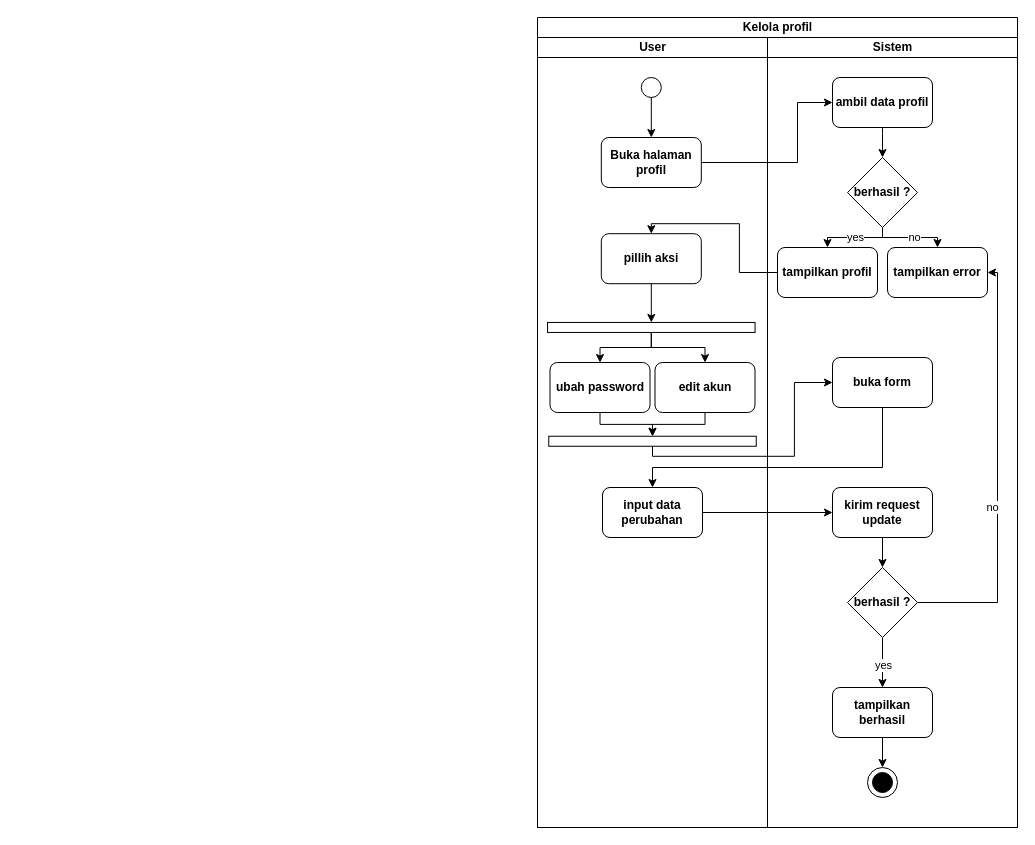
Above: page "kelola profil" (6 of 19) of assets/uml/activity-diagram.drawio in RIOKOWI/warmindo_purnama_flutter (draw.io), before the change. Source tidied: cells renumbered, new cells numbered last; positions are measured from the earlier drawing's top-left corner, leaving out a move shared by most shapes. Both pictures are drawn from the tidied source at 100%, with x=0, y=0 at pixel (17, 17).
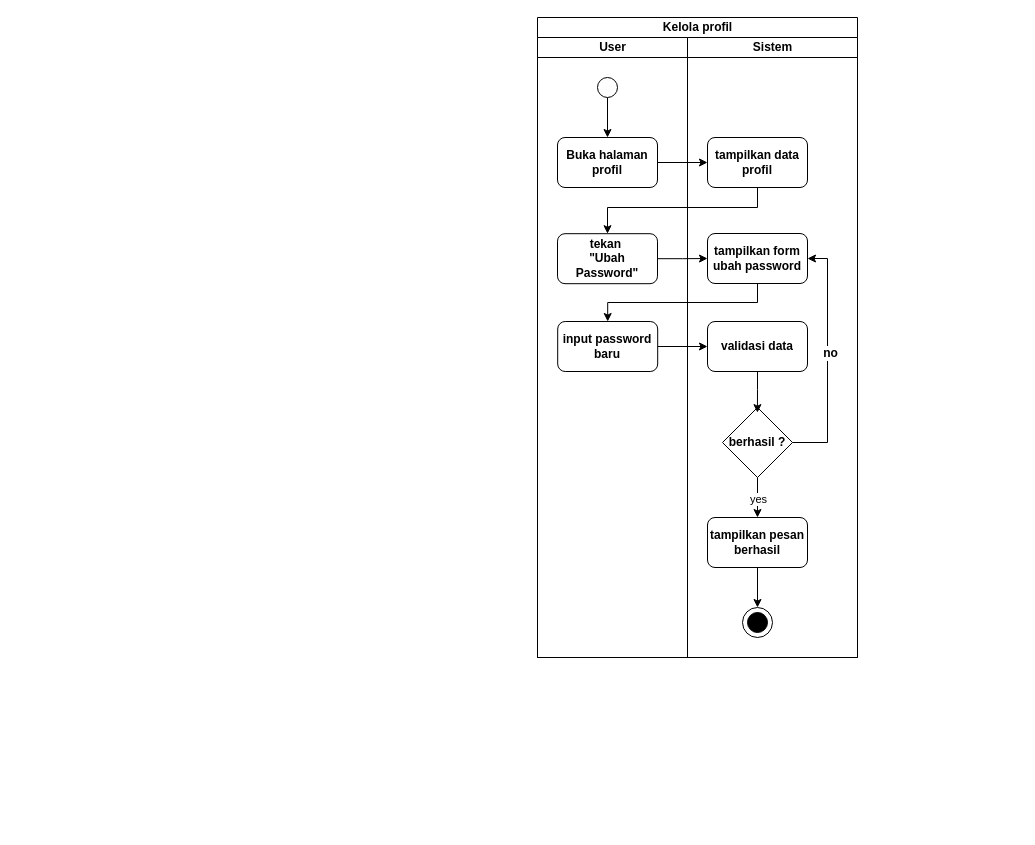
The same page after the edit.

What changed in the source:
```diff
@@
     <mxCell id="3" value="Kelola profil" style="swimlane;startSize=20;html=1;" parent="1" vertex="1">
-      <mxGeometry x="520" width="480" height="810" as="geometry" />
+      <mxGeometry x="520" width="320" height="640" as="geometry" />
     </mxCell>
     <mxCell id="4" value="User" style="swimlane;startSize=20;html=1;" parent="3" vertex="1">
-      <mxGeometry y="20" width="230" height="790" as="geometry" />
+      <mxGeometry y="20" width="150" height="620" as="geometry" />
     </mxCell>
-    <mxCell id="5" style="edgeStyle=orthogonalEdgeStyle;shape=connector;rounded=0;html=1;entryX=0.5;entryY=0;entryDx=0;entryDy=0;strokeColor=default;align=center;verticalAlign=middle;fontFamily=Helvetica;fontSize=11;fontColor=default;labelBackgroundColor=default;endArrow=classic;curved=0;" parent="4" edge="1" source="6" target="7">
+    <mxCell id="5" style="edgeStyle=orthogonalEdgeStyle;shape=connector;curved=0;rounded=0;html=1;strokeColor=default;align=center;verticalAlign=middle;fontFamily=Helvetica;fontSize=12;fontColor=default;fontStyle=1;labelBackgroundColor=default;endArrow=classic;" parent="4" edge="1" source="6" target="7">
       <mxGeometry relative="1" as="geometry" />
     </mxCell>
     <mxCell id="6" style="ellipse;whiteSpace=wrap;html=1;strokeColor=default;align=center;verticalAlign=middle;fontFamily=Helvetica;fontSize=12;fontColor=default;fontStyle=1;fillColor=default;" parent="4" vertex="1">
-      <mxGeometry x="103.8" y="40" width="20" height="20" as="geometry" />
+      <mxGeometry x="60" y="40" width="20" height="20" as="geometry" />
     </mxCell>
     <mxCell id="7" value="Buka halaman profil" style="rounded=1;whiteSpace=wrap;html=1;strokeColor=default;align=center;verticalAlign=middle;fontFamily=Helvetica;fontSize=12;fontColor=default;fontStyle=1;fillColor=default;" parent="4" vertex="1">
-      <mxGeometry x="63.8" y="100" width="100" height="50" as="geometry" />
+      <mxGeometry x="20" y="100" width="100" height="50" as="geometry" />
     </mxCell>
-    <mxCell id="8" style="edgeStyle=orthogonalEdgeStyle;shape=connector;rounded=0;html=1;entryX=0;entryY=0.5;entryDx=0;entryDy=0;strokeColor=default;align=center;verticalAlign=middle;fontFamily=Helvetica;fontSize=11;fontColor=default;labelBackgroundColor=default;endArrow=classic;curved=0;" parent="4" edge="1" source="9" target="12">
-      <mxGeometry relative="1" as="geometry" />
-    </mxCell>
-    <mxCell id="9" value="pillih aksi" style="rounded=1;whiteSpace=wrap;html=1;strokeColor=default;align=center;verticalAlign=middle;fontFamily=Helvetica;fontSize=12;fontColor=default;fontStyle=1;fillColor=default;" parent="4" vertex="1">
-      <mxGeometry x="63.8" y="196.2" width="100" height="50" as="geometry" />
+    <mxCell id="9" value="tekan&amp;nbsp;&lt;div&gt;&quot;Ubah Password&quot;&lt;/div&gt;" style="rounded=1;whiteSpace=wrap;html=1;strokeColor=default;align=center;verticalAlign=middle;fontFamily=Helvetica;fontSize=12;fontColor=default;fontStyle=1;fillColor=default;" parent="4" vertex="1">
+      <mxGeometry x="20" y="196.2" width="100" height="50" as="geometry" />
     </mxCell>
-    <mxCell id="10" style="edgeStyle=orthogonalEdgeStyle;shape=connector;rounded=0;html=1;entryX=0.5;entryY=0;entryDx=0;entryDy=0;strokeColor=default;align=center;verticalAlign=middle;fontFamily=Helvetica;fontSize=11;fontColor=default;labelBackgroundColor=default;endArrow=classic;curved=0;" parent="4" edge="1" source="12" target="14">
-      <mxGeometry relative="1" as="geometry" />
-    </mxCell>
-    <mxCell id="11" style="edgeStyle=orthogonalEdgeStyle;shape=connector;rounded=0;html=1;entryX=0.5;entryY=0;entryDx=0;entryDy=0;strokeColor=default;align=center;verticalAlign=middle;fontFamily=Helvetica;fontSize=11;fontColor=default;labelBackgroundColor=default;endArrow=classic;curved=0;" parent="4" edge="1" source="12" target="16">
-      <mxGeometry relative="1" as="geometry" />
-    </mxCell>
-    <mxCell id="12" style="rounded=0;whiteSpace=wrap;html=1;rotation=90;" parent="4" vertex="1">
-      <mxGeometry x="108.8" y="186.2" width="10" height="207.5" as="geometry" />
-    </mxCell>
-    <mxCell id="13" style="edgeStyle=orthogonalEdgeStyle;shape=connector;rounded=0;html=1;entryX=0;entryY=0.5;entryDx=0;entryDy=0;strokeColor=default;align=center;verticalAlign=middle;fontFamily=Helvetica;fontSize=11;fontColor=default;labelBackgroundColor=default;endArrow=classic;curved=0;" parent="4" edge="1" source="14" target="17">
-      <mxGeometry relative="1" as="geometry" />
-    </mxCell>
-    <mxCell id="14" value="edit akun" style="rounded=1;whiteSpace=wrap;html=1;strokeColor=default;align=center;verticalAlign=middle;fontFamily=Helvetica;fontSize=12;fontColor=default;fontStyle=1;fillColor=default;" parent="4" vertex="1">
-      <mxGeometry x="117.5" y="325" width="100" height="50" as="geometry" />
-    </mxCell>
-    <mxCell id="15" style="edgeStyle=orthogonalEdgeStyle;shape=connector;rounded=0;html=1;entryX=0;entryY=0.5;entryDx=0;entryDy=0;strokeColor=default;align=center;verticalAlign=middle;fontFamily=Helvetica;fontSize=11;fontColor=default;labelBackgroundColor=default;endArrow=classic;curved=0;" parent="4" edge="1" source="16" target="17">
-      <mxGeometry relative="1" as="geometry" />
-    </mxCell>
-    <mxCell id="16" value="ubah password" style="rounded=1;whiteSpace=wrap;html=1;strokeColor=default;align=center;verticalAlign=middle;fontFamily=Helvetica;fontSize=12;fontColor=default;fontStyle=1;fillColor=default;" parent="4" vertex="1">
-      <mxGeometry x="12.5" y="325" width="100" height="50" as="geometry" />
-    </mxCell>
-    <mxCell id="17" style="rounded=0;whiteSpace=wrap;html=1;rotation=90;" parent="4" vertex="1">
-      <mxGeometry x="110" y="300" width="10" height="207.5" as="geometry" />
-    </mxCell>
-    <mxCell id="18" value="input data perubahan" style="rounded=1;whiteSpace=wrap;html=1;strokeColor=default;align=center;verticalAlign=middle;fontFamily=Helvetica;fontSize=12;fontColor=default;fontStyle=1;fillColor=default;" parent="4" vertex="1">
-      <mxGeometry x="65" y="450" width="100" height="50" as="geometry" />
-    </mxCell>
+    <mxCell id="47" value="input password baru" style="rounded=1;whiteSpace=wrap;html=1;strokeColor=default;align=center;verticalAlign=middle;fontFamily=Helvetica;fontSize=12;fontColor=default;fontStyle=1;fillColor=default;" parent="4" vertex="1">
+      <mxGeometry x="20.2" y="284" width="100" height="50" as="geometry" />
+    </mxCell>
     <mxCell id="19" value="Sistem" style="swimlane;startSize=20;html=1;" parent="3" vertex="1">
-      <mxGeometry x="230" y="20" width="250" height="790" as="geometry" />
+      <mxGeometry x="150" y="20" width="170" height="620" as="geometry" />
     </mxCell>
-    <mxCell id="20" style="edgeStyle=orthogonalEdgeStyle;shape=connector;rounded=0;html=1;entryX=0.5;entryY=0;entryDx=0;entryDy=0;strokeColor=default;align=center;verticalAlign=middle;fontFamily=Helvetica;fontSize=11;fontColor=default;labelBackgroundColor=default;endArrow=classic;curved=0;" parent="19" edge="1" source="24" target="27">
-      <mxGeometry relative="1" as="geometry" />
+    <mxCell id="20" style="edgeStyle=orthogonalEdgeStyle;shape=connector;curved=0;rounded=0;html=1;entryX=1;entryY=0.5;entryDx=0;entryDy=0;strokeColor=default;align=center;verticalAlign=middle;fontFamily=Helvetica;fontSize=12;fontColor=default;fontStyle=1;labelBackgroundColor=default;endArrow=classic;" parent="19" edge="1" source="24" target="27">
+      <mxGeometry relative="1" as="geometry">
+        <Array as="points">
+          <mxPoint x="140" y="405" />
+          <mxPoint x="140" y="221" />
+        </Array>
+      </mxGeometry>
     </mxCell>
-    <mxCell id="21" value="yes" style="edgeLabel;html=1;align=center;verticalAlign=middle;fontFamily=Helvetica;fontSize=11;fontColor=default;labelBackgroundColor=default;" parent="20" vertex="1">
-      <mxGeometry y="-1" relative="1" as="geometry" />
-    </mxCell>
-    <mxCell id="22" style="edgeStyle=orthogonalEdgeStyle;shape=connector;rounded=0;html=1;entryX=0.5;entryY=0;entryDx=0;entryDy=0;strokeColor=default;align=center;verticalAlign=middle;fontFamily=Helvetica;fontSize=11;fontColor=default;labelBackgroundColor=default;endArrow=classic;curved=0;" parent="19" edge="1" source="24" target="28">
-      <mxGeometry relative="1" as="geometry" />
-    </mxCell>
-    <mxCell id="23" value="no" style="edgeLabel;html=1;align=center;verticalAlign=middle;fontFamily=Helvetica;fontSize=11;fontColor=default;labelBackgroundColor=default;" parent="22" vertex="1">
-      <mxGeometry x="0.09" y="1" relative="1" as="geometry" />
-    </mxCell>
+    <mxCell id="48" value="no" style="edgeLabel;html=1;align=center;verticalAlign=middle;fontFamily=Helvetica;fontSize=12;fontColor=default;fontStyle=1;labelBackgroundColor=default;" parent="20" vertex="1">
+      <mxGeometry x="0.05" y="-2" relative="1" as="geometry" />
+    </mxCell>
     <mxCell id="24" value="berhasil ?" style="rhombus;whiteSpace=wrap;html=1;strokeColor=default;align=center;verticalAlign=middle;fontFamily=Helvetica;fontSize=12;fontColor=default;fontStyle=1;fillColor=default;" parent="19" vertex="1">
-      <mxGeometry x="80" y="120" width="70" height="70" as="geometry" />
+      <mxGeometry x="35" y="370" width="70" height="70" as="geometry" />
     </mxCell>
-    <mxCell id="25" style="edgeStyle=orthogonalEdgeStyle;shape=connector;curved=1;rounded=1;html=1;entryX=0.5;entryY=0;entryDx=0;entryDy=0;strokeColor=default;align=center;verticalAlign=middle;fontFamily=Helvetica;fontSize=11;fontColor=default;labelBackgroundColor=default;endArrow=classic;" parent="19" edge="1" source="26" target="24">
-      <mxGeometry relative="1" as="geometry" />
-    </mxCell>
-    <mxCell id="26" value="ambil data profil" style="rounded=1;whiteSpace=wrap;html=1;strokeColor=default;align=center;verticalAlign=middle;fontFamily=Helvetica;fontSize=12;fontColor=default;fontStyle=1;fillColor=default;" parent="19" vertex="1">
-      <mxGeometry x="65" y="40" width="100" height="50" as="geometry" />
+    <mxCell id="26" value="tampilkan data profil" style="rounded=1;whiteSpace=wrap;html=1;strokeColor=default;align=center;verticalAlign=middle;fontFamily=Helvetica;fontSize=12;fontColor=default;fontStyle=1;fillColor=default;" parent="19" vertex="1">
+      <mxGeometry x="20" y="100" width="100" height="50" as="geometry" />
     </mxCell>
-    <mxCell id="27" value="tampilkan profil" style="rounded=1;whiteSpace=wrap;html=1;strokeColor=default;align=center;verticalAlign=middle;fontFamily=Helvetica;fontSize=12;fontColor=default;fontStyle=1;fillColor=default;" parent="19" vertex="1">
-      <mxGeometry x="10" y="210" width="100" height="50" as="geometry" />
+    <mxCell id="27" value="tampilkan form ubah password" style="rounded=1;whiteSpace=wrap;html=1;strokeColor=default;align=center;verticalAlign=middle;fontFamily=Helvetica;fontSize=12;fontColor=default;fontStyle=1;fillColor=default;" parent="19" vertex="1">
+      <mxGeometry x="20" y="196" width="100" height="50" as="geometry" />
     </mxCell>
-    <mxCell id="28" value="tampilkan error" style="rounded=1;whiteSpace=wrap;html=1;strokeColor=default;align=center;verticalAlign=middle;fontFamily=Helvetica;fontSize=12;fontColor=default;fontStyle=1;fillColor=default;" parent="19" vertex="1">
-      <mxGeometry x="120" y="210" width="100" height="50" as="geometry" />
-    </mxCell>
-    <mxCell id="29" value="buka form" style="rounded=1;whiteSpace=wrap;html=1;strokeColor=default;align=center;verticalAlign=middle;fontFamily=Helvetica;fontSize=12;fontColor=default;fontStyle=1;fillColor=default;" parent="19" vertex="1">
-      <mxGeometry x="65" y="320" width="100" height="50" as="geometry" />
-    </mxCell>
-    <mxCell id="30" style="edgeStyle=orthogonalEdgeStyle;shape=connector;rounded=0;html=1;entryX=0.5;entryY=0;entryDx=0;entryDy=0;strokeColor=default;align=center;verticalAlign=middle;fontFamily=Helvetica;fontSize=11;fontColor=default;labelBackgroundColor=default;endArrow=classic;curved=0;" parent="19" edge="1" source="31" target="36">
+    <mxCell id="30" style="edgeStyle=orthogonalEdgeStyle;shape=connector;rounded=0;html=1;entryX=0.5;entryY=0;entryDx=0;entryDy=0;strokeColor=default;align=center;verticalAlign=middle;fontFamily=Helvetica;fontSize=11;fontColor=default;labelBackgroundColor=default;endArrow=classic;curved=0;" parent="19" edge="1">
       <mxGeometry relative="1" as="geometry">
+        <mxPoint x="115" y="530" as="sourcePoint" />
+        <mxPoint x="115" y="530" as="targetPoint" />
         <Array as="points">
           <mxPoint x="115" y="530" />
         </Array>
       </mxGeometry>
     </mxCell>
-    <mxCell id="31" value="kirim request update" style="rounded=1;whiteSpace=wrap;html=1;strokeColor=default;align=center;verticalAlign=middle;fontFamily=Helvetica;fontSize=12;fontColor=default;fontStyle=1;fillColor=default;" parent="19" vertex="1">
-      <mxGeometry x="65" y="450" width="100" height="50" as="geometry" />
-    </mxCell>
-    <mxCell id="32" style="edgeStyle=orthogonalEdgeStyle;shape=connector;rounded=0;html=1;entryX=1;entryY=0.5;entryDx=0;entryDy=0;strokeColor=default;align=center;verticalAlign=middle;fontFamily=Helvetica;fontSize=11;fontColor=default;labelBackgroundColor=default;endArrow=classic;curved=0;" parent="19" edge="1" source="36" target="28">
-      <mxGeometry relative="1" as="geometry">
-        <Array as="points">
-          <mxPoint x="230" y="565" />
-          <mxPoint x="230" y="235" />
-        </Array>
-      </mxGeometry>
-    </mxCell>
-    <mxCell id="33" value="no" style="edgeLabel;html=1;align=center;verticalAlign=middle;fontFamily=Helvetica;fontSize=11;fontColor=default;labelBackgroundColor=default;" parent="32" vertex="1">
-      <mxGeometry x="-0.16" y="6" relative="1" as="geometry" />
-    </mxCell>
-    <mxCell id="34" style="edgeStyle=orthogonalEdgeStyle;shape=connector;rounded=0;html=1;entryX=0.5;entryY=0;entryDx=0;entryDy=0;strokeColor=default;align=center;verticalAlign=middle;fontFamily=Helvetica;fontSize=11;fontColor=default;labelBackgroundColor=default;endArrow=classic;curved=0;" parent="19" edge="1" source="36" target="38">
+    <mxCell id="34" style="edgeStyle=orthogonalEdgeStyle;shape=connector;rounded=0;html=1;entryX=0.5;entryY=0;entryDx=0;entryDy=0;strokeColor=default;align=center;verticalAlign=middle;fontFamily=Helvetica;fontSize=11;fontColor=default;labelBackgroundColor=default;endArrow=classic;curved=0;exitX=0.5;exitY=1;exitDx=0;exitDy=0;" parent="19" edge="1" source="24" target="38">
       <mxGeometry relative="1" as="geometry" />
     </mxCell>
@@
-    <mxCell id="36" value="berhasil ?" style="rhombus;whiteSpace=wrap;html=1;strokeColor=default;align=center;verticalAlign=middle;fontFamily=Helvetica;fontSize=12;fontColor=default;fontStyle=1;fillColor=default;" parent="19" vertex="1">
-      <mxGeometry x="80" y="530" width="70" height="70" as="geometry" />
-    </mxCell>
@@
-    <mxCell id="38" value="tampilkan berhasil" style="rounded=1;whiteSpace=wrap;html=1;strokeColor=default;align=center;verticalAlign=middle;fontFamily=Helvetica;fontSize=12;fontColor=default;fontStyle=1;fillColor=default;" parent="19" vertex="1">
-      <mxGeometry x="65" y="650" width="100" height="50" as="geometry" />
+    <mxCell id="38" value="tampilkan pesan berhasil" style="rounded=1;whiteSpace=wrap;html=1;strokeColor=default;align=center;verticalAlign=middle;fontFamily=Helvetica;fontSize=12;fontColor=default;fontStyle=1;fillColor=default;" parent="19" vertex="1">
+      <mxGeometry x="20" y="480" width="100" height="50" as="geometry" />
     </mxCell>
     <mxCell id="39" style="group;" parent="19" vertex="1">
-      <mxGeometry x="100" y="730" width="30" height="30" as="geometry" />
+      <mxGeometry x="55" y="570" width="30" height="30" as="geometry" />
     </mxCell>
@@
+    <mxCell id="49" value="validasi data" style="rounded=1;whiteSpace=wrap;html=1;strokeColor=default;align=center;verticalAlign=middle;fontFamily=Helvetica;fontSize=12;fontColor=default;fontStyle=1;fillColor=default;" parent="19" vertex="1">
+      <mxGeometry x="20" y="284" width="100" height="50" as="geometry" />
+    </mxCell>
+    <mxCell id="50" style="edgeStyle=orthogonalEdgeStyle;shape=connector;curved=0;rounded=0;html=1;entryX=0.499;entryY=0.073;entryDx=0;entryDy=0;entryPerimeter=0;strokeColor=default;align=center;verticalAlign=middle;fontFamily=Helvetica;fontSize=12;fontColor=default;fontStyle=1;labelBackgroundColor=default;endArrow=classic;" parent="19" edge="1" source="49" target="24">
+      <mxGeometry relative="1" as="geometry" />
+    </mxCell>
-    <mxCell id="42" style="edgeStyle=orthogonalEdgeStyle;shape=connector;rounded=0;html=1;entryX=0;entryY=0.5;entryDx=0;entryDy=0;strokeColor=default;align=center;verticalAlign=middle;fontFamily=Helvetica;fontSize=11;fontColor=default;labelBackgroundColor=default;endArrow=classic;curved=0;" parent="3" edge="1" source="7" target="26">
-      <mxGeometry relative="1" as="geometry">
-        <Array as="points">
-          <mxPoint x="260" y="145" />
-          <mxPoint x="260" y="85" />
-        </Array>
-      </mxGeometry>
+    <mxCell id="42" style="edgeStyle=orthogonalEdgeStyle;shape=connector;curved=0;rounded=0;html=1;strokeColor=default;align=center;verticalAlign=middle;fontFamily=Helvetica;fontSize=12;fontColor=default;fontStyle=1;labelBackgroundColor=default;endArrow=classic;" parent="3" edge="1" source="7" target="26">
+      <mxGeometry relative="1" as="geometry" />
     </mxCell>
-    <mxCell id="43" style="edgeStyle=orthogonalEdgeStyle;shape=connector;rounded=0;html=1;entryX=0.5;entryY=0;entryDx=0;entryDy=0;strokeColor=default;align=center;verticalAlign=middle;fontFamily=Helvetica;fontSize=11;fontColor=default;labelBackgroundColor=default;endArrow=classic;curved=0;" parent="3" edge="1" source="27" target="9">
-      <mxGeometry relative="1" as="geometry" />
-    </mxCell>
-    <mxCell id="44" style="edgeStyle=orthogonalEdgeStyle;shape=connector;rounded=0;html=1;entryX=0;entryY=0.5;entryDx=0;entryDy=0;strokeColor=default;align=center;verticalAlign=middle;fontFamily=Helvetica;fontSize=11;fontColor=default;labelBackgroundColor=default;endArrow=classic;exitX=1;exitY=0.5;exitDx=0;exitDy=0;curved=0;" parent="3" edge="1" source="17" target="29">
-      <mxGeometry relative="1" as="geometry" />
-    </mxCell>
-    <mxCell id="45" style="edgeStyle=orthogonalEdgeStyle;shape=connector;rounded=0;html=1;entryX=0.5;entryY=0;entryDx=0;entryDy=0;strokeColor=default;align=center;verticalAlign=middle;fontFamily=Helvetica;fontSize=11;fontColor=default;labelBackgroundColor=default;endArrow=classic;curved=0;" parent="3" edge="1" source="29" target="18">
-      <mxGeometry relative="1" as="geometry">
-        <Array as="points">
-          <mxPoint x="345" y="450" />
-          <mxPoint x="115" y="450" />
-        </Array>
-      </mxGeometry>
-    </mxCell>
-    <mxCell id="46" style="edgeStyle=orthogonalEdgeStyle;shape=connector;rounded=0;html=1;entryX=0;entryY=0.5;entryDx=0;entryDy=0;strokeColor=default;align=center;verticalAlign=middle;fontFamily=Helvetica;fontSize=11;fontColor=default;labelBackgroundColor=default;endArrow=classic;curved=0;" parent="3" edge="1" source="18" target="31">
-      <mxGeometry relative="1" as="geometry" />
-    </mxCell>
+    <mxCell id="51" style="edgeStyle=orthogonalEdgeStyle;shape=connector;curved=0;rounded=0;html=1;strokeColor=default;align=center;verticalAlign=middle;fontFamily=Helvetica;fontSize=12;fontColor=default;fontStyle=1;labelBackgroundColor=default;endArrow=classic;" parent="3" edge="1" source="9" target="27">
+      <mxGeometry relative="1" as="geometry" />
+    </mxCell>
+    <mxCell id="52" style="edgeStyle=orthogonalEdgeStyle;shape=connector;curved=0;rounded=0;html=1;strokeColor=default;align=center;verticalAlign=middle;fontFamily=Helvetica;fontSize=12;fontColor=default;fontStyle=1;labelBackgroundColor=default;endArrow=classic;exitX=0.5;exitY=1;exitDx=0;exitDy=0;" parent="3" edge="1" source="27" target="47">
+      <mxGeometry relative="1" as="geometry" />
+    </mxCell>
+    <mxCell id="53" style="edgeStyle=orthogonalEdgeStyle;shape=connector;curved=0;rounded=0;html=1;entryX=0;entryY=0.5;entryDx=0;entryDy=0;strokeColor=default;align=center;verticalAlign=middle;fontFamily=Helvetica;fontSize=12;fontColor=default;fontStyle=1;labelBackgroundColor=default;endArrow=classic;" parent="3" edge="1" source="47" target="49">
+      <mxGeometry relative="1" as="geometry" />
+    </mxCell>
+    <mxCell id="54" style="edgeStyle=orthogonalEdgeStyle;shape=connector;curved=0;rounded=0;html=1;entryX=0.5;entryY=0;entryDx=0;entryDy=0;strokeColor=default;align=center;verticalAlign=middle;fontFamily=Helvetica;fontSize=12;fontColor=default;fontStyle=1;labelBackgroundColor=default;endArrow=classic;" parent="3" edge="1" source="26" target="9">
+      <mxGeometry relative="1" as="geometry">
+        <Array as="points">
+          <mxPoint x="220" y="190" />
+          <mxPoint x="70" y="190" />
+        </Array>
+      </mxGeometry>
+    </mxCell>
```
